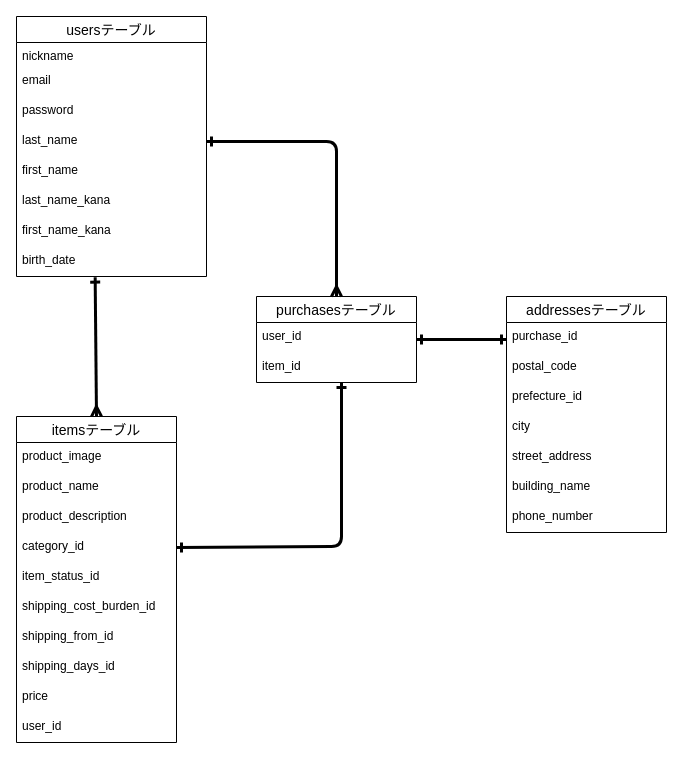
This is ER.dio from AiShuka/furima-41907, a draw.io file, before an edit. Source tidied: cells renumbered, new cells numbered last; positions are measured from the earlier drawing's top-left corner, leaving out a move shared by most shapes. Both pictures are drawn from the tidied source at 100%, with x=0, y=0 at pixel (16, 16).
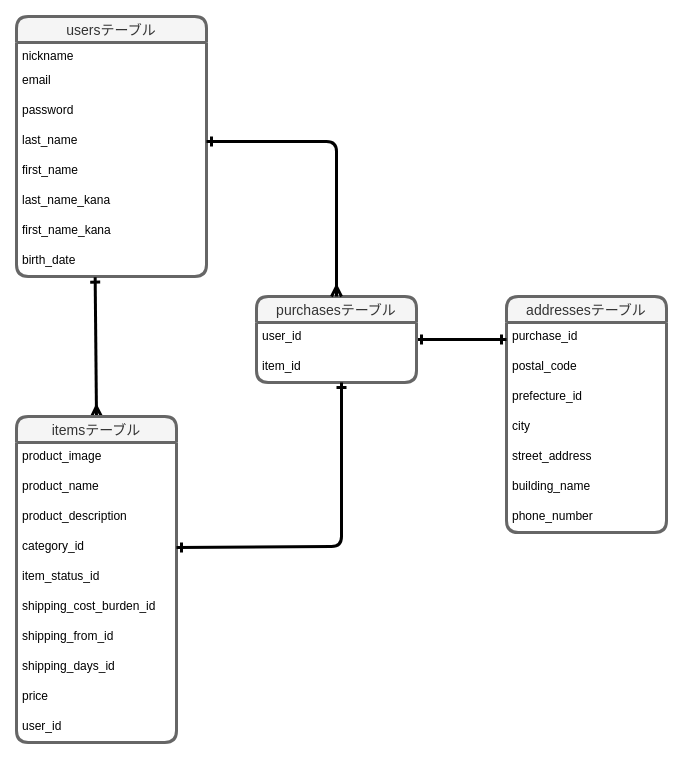
The same page after the edit.

Diff of the diagram source:
```diff
@@
-    <mxCell id="2" value="usersテーブル" style="swimlane;fontStyle=0;horizontal=1;startSize=26;align=center;fontSize=14;swimlaneFillColor=none;labelBorderColor=none;labelBackgroundColor=none;shadow=0;swimlaneLine=1;noLabel=0;fixDash=0;" parent="1" vertex="1">
+    <mxCell id="2" value="usersテーブル" style="swimlane;fontStyle=0;horizontal=1;startSize=26;align=center;fontSize=14;swimlaneFillColor=none;labelBorderColor=none;labelBackgroundColor=none;shadow=0;swimlaneLine=1;fixDash=0;fillStyle=auto;rounded=1;fillColor=#f5f5f5;fontColor=#333333;strokeColor=#666666;strokeWidth=3;perimeterSpacing=0;" parent="1" vertex="1">
       <mxGeometry width="190" height="260" as="geometry" />
     </mxCell>
@@
-    <mxCell id="12" value="itemsテーブル" style="swimlane;fontStyle=0;horizontal=1;startSize=26;align=center;fontSize=14;" parent="1" vertex="1">
+    <mxCell id="12" value="itemsテーブル" style="swimlane;fontStyle=0;horizontal=1;startSize=26;align=center;fontSize=14;fillColor=#f5f5f5;fontColor=#333333;strokeColor=#666666;swimlaneFillColor=none;rounded=1;strokeWidth=3;" parent="1" vertex="1">
       <mxGeometry y="400" width="160" height="326" as="geometry" />
     </mxCell>
@@
-    <mxCell id="23" value="addressesテーブル" style="swimlane;fontStyle=0;horizontal=1;startSize=26;align=center;fontSize=14;swimlaneFillColor=none;" parent="1" vertex="1">
+    <mxCell id="23" value="addressesテーブル" style="swimlane;fontStyle=0;horizontal=1;startSize=26;align=center;fontSize=14;swimlaneFillColor=none;rounded=1;fillColor=#f5f5f5;fontColor=#333333;strokeColor=#666666;strokeWidth=3;" parent="1" vertex="1">
       <mxGeometry x="490" y="280" width="160" height="236" as="geometry" />
     </mxCell>
-    <mxCell id="24" value="purchase_id" style="text;strokeColor=none;fillColor=none;spacingLeft=4;spacingRight=4;overflow=hidden;fontSize=12;" parent="23" vertex="1">
+    <mxCell id="24" value="purchase_id" style="text;strokeColor=none;fillColor=none;spacingLeft=4;spacingRight=4;overflow=hidden;fontSize=12;rounded=0;" parent="23" vertex="1">
       <mxGeometry y="26" width="160" height="30" as="geometry" />
     </mxCell>
@@
-    <mxCell id="32" value="purchasesテーブル" style="swimlane;fontStyle=0;horizontal=1;startSize=26;align=center;fontSize=14;" parent="1" vertex="1">
+    <mxCell id="32" value="purchasesテーブル" style="swimlane;fontStyle=0;horizontal=1;startSize=26;align=center;fontSize=14;fillColor=#f5f5f5;fontColor=#333333;strokeColor=#666666;swimlaneFillColor=none;rounded=1;strokeWidth=3;" parent="1" vertex="1">
       <mxGeometry x="240" y="280" width="160" height="86" as="geometry" />
     </mxCell>
-    <mxCell id="33" value="user_id" style="text;strokeColor=none;fillColor=none;spacingLeft=4;spacingRight=4;overflow=hidden;fontSize=12;" parent="32" vertex="1">
+    <mxCell id="33" value="user_id" style="text;strokeColor=none;fillColor=none;spacingLeft=4;spacingRight=4;overflow=hidden;fontSize=12;rounded=1;" parent="32" vertex="1">
       <mxGeometry y="26" width="160" height="30" as="geometry" />
     </mxCell>
```
